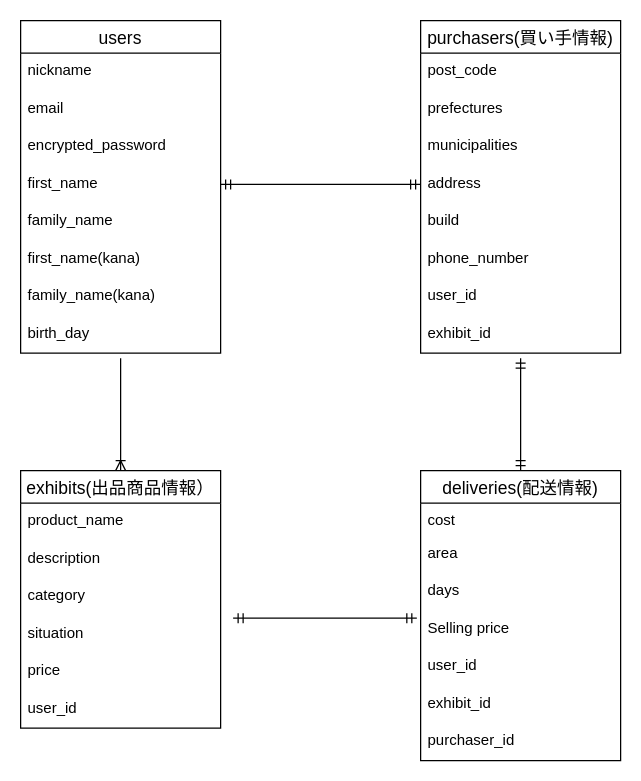
naoki0811/furima-38544 keeps this draw.io diagram as page "ページ1" (1 of 2) of test.dio. Above is the earlier version. Source tidied: cells renumbered, new cells numbered last; positions are measured from the earlier drawing's top-left corner, leaving out a move shared by most shapes. Both pictures are drawn from the tidied source at 125%, with x=0, y=0 at pixel (20, 20).
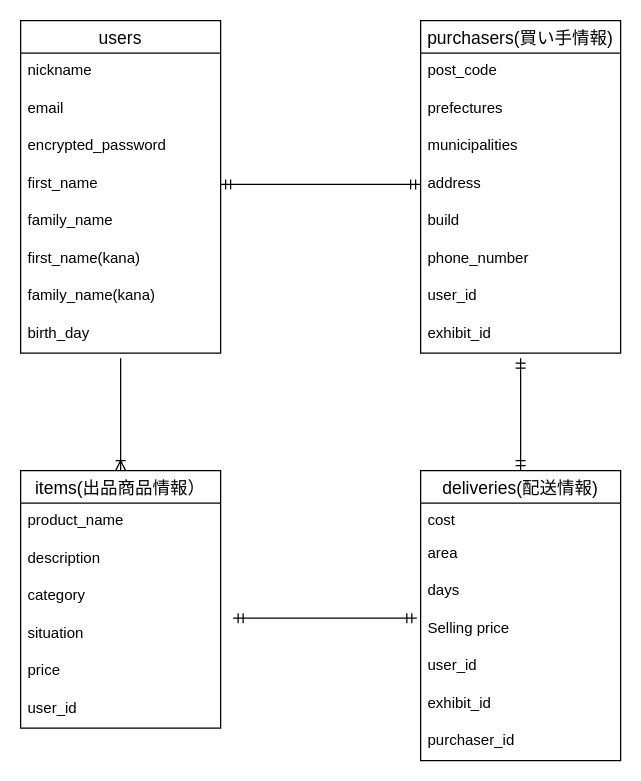
The same diagram, later.

The edit, as a diff of the source:
```diff
@@
-    <mxCell id="20" value="exhibits(出品商品情報）" style="swimlane;fontStyle=0;horizontal=1;startSize=26;align=center;fontSize=14;" parent="1" vertex="1">
+    <mxCell id="20" value="items(出品商品情報）" style="swimlane;fontStyle=0;horizontal=1;startSize=26;align=center;fontSize=14;" parent="1" vertex="1">
       <mxGeometry y="360" width="160" height="206" as="geometry" />
     </mxCell>
```
